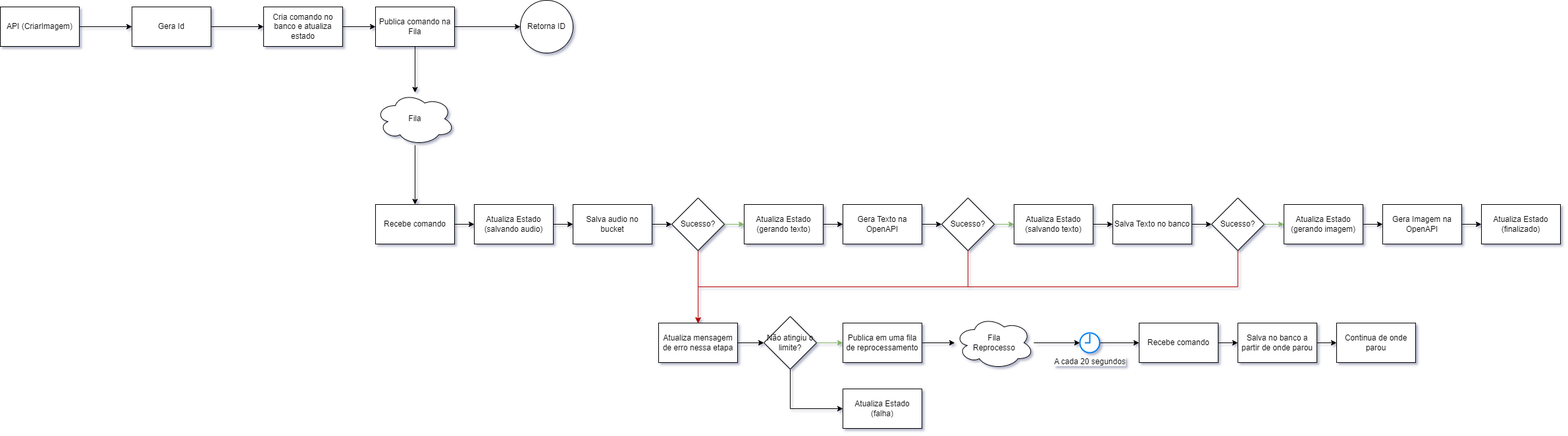
Above: Documentações/Diagramas/TC3.drawio.png in talles2512/TC3_AudioGeraImagem_FIAP (draw.io), before the change. Source tidied: cells renumbered, new cells last; positions are measured from the earlier drawing's top-left corner, leaving out a move shared by most shapes. Source of this version:
```xml
<mxGraphModel>
  <root>
    <mxCell id="0" />
    <mxCell id="1" parent="0" />
    <mxCell id="2" style="edgeStyle=orthogonalEdgeStyle;rounded=0;jettySize=auto;html=1;" parent="1" edge="1" source="3" target="5">
      <mxGeometry relative="1" as="geometry" />
    </mxCell>
    <mxCell id="3" value="API (CriarImagem)" style="rounded=0;whiteSpace=wrap;html=1;" parent="1" vertex="1">
      <mxGeometry y="10" width="120" height="60" as="geometry" />
    </mxCell>
    <mxCell id="4" style="edgeStyle=orthogonalEdgeStyle;rounded=0;jettySize=auto;html=1;" parent="1" edge="1" source="5" target="19">
      <mxGeometry relative="1" as="geometry" />
    </mxCell>
    <mxCell id="5" value="Gera Id" style="whiteSpace=wrap;html=1;rounded=0;" parent="1" vertex="1">
      <mxGeometry x="200" y="10" width="120" height="60" as="geometry" />
    </mxCell>
    <mxCell id="6" style="edgeStyle=orthogonalEdgeStyle;rounded=0;jettySize=auto;html=1;" parent="1" edge="1" source="8" target="9">
      <mxGeometry relative="1" as="geometry" />
    </mxCell>
    <mxCell id="7" style="edgeStyle=orthogonalEdgeStyle;rounded=0;jettySize=auto;html=1;" parent="1" edge="1" source="8" target="11">
      <mxGeometry relative="1" as="geometry" />
    </mxCell>
    <mxCell id="8" value="Publica comando na Fila" style="whiteSpace=wrap;html=1;rounded=0;" parent="1" vertex="1">
      <mxGeometry x="570" y="10" width="120" height="60" as="geometry" />
    </mxCell>
    <mxCell id="9" value="Retorna ID" style="ellipse;whiteSpace=wrap;html=1;rounded=0;" parent="1" vertex="1">
      <mxGeometry x="790" width="80" height="80" as="geometry" />
    </mxCell>
    <mxCell id="10" style="edgeStyle=orthogonalEdgeStyle;rounded=0;jettySize=auto;html=1;" parent="1" edge="1" source="11" target="13">
      <mxGeometry relative="1" as="geometry" />
    </mxCell>
    <mxCell id="11" value="Fila" style="ellipse;shape=cloud;whiteSpace=wrap;html=1;rounded=0;" parent="1" vertex="1">
      <mxGeometry x="570" y="140" width="120" height="80" as="geometry" />
    </mxCell>
    <mxCell id="12" style="edgeStyle=orthogonalEdgeStyle;rounded=0;jettySize=auto;html=1;" parent="1" edge="1" source="13" target="15">
      <mxGeometry relative="1" as="geometry" />
    </mxCell>
    <mxCell id="13" value="Recebe comando" style="whiteSpace=wrap;html=1;rounded=0;" parent="1" vertex="1">
      <mxGeometry x="570" y="310" width="120" height="60" as="geometry" />
    </mxCell>
    <mxCell id="14" style="edgeStyle=orthogonalEdgeStyle;rounded=0;jettySize=auto;html=1;" parent="1" edge="1" source="15" target="17">
      <mxGeometry relative="1" as="geometry" />
    </mxCell>
    <mxCell id="15" value="Atualiza Estado&lt;br&gt;(salvando audio)" style="whiteSpace=wrap;html=1;rounded=0;" parent="1" vertex="1">
      <mxGeometry x="720" y="310" width="120" height="60" as="geometry" />
    </mxCell>
    <mxCell id="16" style="edgeStyle=orthogonalEdgeStyle;rounded=0;jettySize=auto;html=1;" parent="1" edge="1" source="17" target="26">
      <mxGeometry relative="1" as="geometry" />
    </mxCell>
    <mxCell id="17" value="Salva audio no bucket" style="whiteSpace=wrap;html=1;rounded=0;" parent="1" vertex="1">
      <mxGeometry x="870" y="310" width="120" height="60" as="geometry" />
    </mxCell>
    <mxCell id="18" style="edgeStyle=orthogonalEdgeStyle;rounded=0;jettySize=auto;html=1;exitX=1;exitY=0.5;exitDx=0;exitDy=0;entryX=0;entryY=0.5;entryDx=0;entryDy=0;" parent="1" edge="1" source="19" target="8">
      <mxGeometry relative="1" as="geometry" />
    </mxCell>
    <mxCell id="19" value="Cria comando no banco e atualiza estado" style="whiteSpace=wrap;html=1;rounded=0;" parent="1" vertex="1">
      <mxGeometry x="400" y="10" width="120" height="60" as="geometry" />
    </mxCell>
    <mxCell id="20" style="edgeStyle=orthogonalEdgeStyle;rounded=0;jettySize=auto;html=1;" parent="1" edge="1" source="21" target="23">
      <mxGeometry relative="1" as="geometry" />
    </mxCell>
    <mxCell id="21" value="Atualiza Estado&lt;br&gt;(gerando texto)" style="whiteSpace=wrap;html=1;rounded=0;" parent="1" vertex="1">
      <mxGeometry x="1130" y="310" width="120" height="60" as="geometry" />
    </mxCell>
    <mxCell id="22" style="edgeStyle=orthogonalEdgeStyle;rounded=0;jettySize=auto;html=1;" parent="1" edge="1" source="23" target="31">
      <mxGeometry relative="1" as="geometry" />
    </mxCell>
    <mxCell id="23" value="Gera Texto na OpenAPI" style="whiteSpace=wrap;html=1;rounded=0;" parent="1" vertex="1">
      <mxGeometry x="1280" y="310" width="120" height="60" as="geometry" />
    </mxCell>
    <mxCell id="24" style="edgeStyle=orthogonalEdgeStyle;rounded=0;jettySize=auto;html=1;exitX=1;exitY=0.5;exitDx=0;exitDy=0;entryX=0;entryY=0.5;entryDx=0;entryDy=0;fillColor=#d5e8d4;strokeColor=#82b366;" parent="1" edge="1" source="26" target="21">
      <mxGeometry relative="1" as="geometry" />
    </mxCell>
    <mxCell id="25" style="edgeStyle=orthogonalEdgeStyle;rounded=0;jettySize=auto;html=1;exitX=0.5;exitY=1;exitDx=0;exitDy=0;fillColor=#e51400;strokeColor=#B20000;" parent="1" edge="1" source="26" target="28">
      <mxGeometry relative="1" as="geometry" />
    </mxCell>
    <mxCell id="26" value="Sucesso?" style="rhombus;whiteSpace=wrap;html=1;rounded=0;" parent="1" vertex="1">
      <mxGeometry x="1020" y="300" width="80" height="80" as="geometry" />
    </mxCell>
    <mxCell id="27" style="edgeStyle=orthogonalEdgeStyle;rounded=0;jettySize=auto;html=1;" parent="1" edge="1" source="28" target="57">
      <mxGeometry relative="1" as="geometry" />
    </mxCell>
    <mxCell id="28" value="Atualiza mensagem de erro nessa etapa" style="whiteSpace=wrap;html=1;rounded=0;" parent="1" vertex="1">
      <mxGeometry x="1000" y="490" width="120" height="60" as="geometry" />
    </mxCell>
    <mxCell id="29" style="edgeStyle=orthogonalEdgeStyle;rounded=0;jettySize=auto;html=1;fillColor=#d5e8d4;strokeColor=#82b366;" parent="1" edge="1" source="31" target="33">
      <mxGeometry relative="1" as="geometry" />
    </mxCell>
    <mxCell id="30" style="edgeStyle=orthogonalEdgeStyle;rounded=0;jettySize=auto;html=1;exitX=0.5;exitY=1;exitDx=0;exitDy=0;entryX=0.5;entryY=0;entryDx=0;entryDy=0;fillColor=#e51400;strokeColor=#B20000;" parent="1" edge="1" source="31" target="28">
      <mxGeometry relative="1" as="geometry" />
    </mxCell>
    <mxCell id="31" value="Sucesso?" style="rhombus;whiteSpace=wrap;html=1;rounded=0;" parent="1" vertex="1">
      <mxGeometry x="1430" y="300" width="80" height="80" as="geometry" />
    </mxCell>
    <mxCell id="32" style="edgeStyle=orthogonalEdgeStyle;rounded=0;jettySize=auto;html=1;" parent="1" edge="1" source="33" target="35">
      <mxGeometry relative="1" as="geometry" />
    </mxCell>
    <mxCell id="33" value="Atualiza Estado&lt;br&gt;(salvando texto)" style="whiteSpace=wrap;html=1;rounded=0;" parent="1" vertex="1">
      <mxGeometry x="1540" y="310" width="120" height="60" as="geometry" />
    </mxCell>
    <mxCell id="34" style="edgeStyle=orthogonalEdgeStyle;rounded=0;jettySize=auto;html=1;" parent="1" edge="1" source="35" target="38">
      <mxGeometry relative="1" as="geometry" />
    </mxCell>
    <mxCell id="35" value="Salva Texto no banco" style="whiteSpace=wrap;html=1;rounded=0;" parent="1" vertex="1">
      <mxGeometry x="1690" y="310" width="120" height="60" as="geometry" />
    </mxCell>
    <mxCell id="36" style="edgeStyle=orthogonalEdgeStyle;rounded=0;jettySize=auto;html=1;fillColor=#d5e8d4;strokeColor=#82b366;" parent="1" edge="1" source="38" target="40">
      <mxGeometry relative="1" as="geometry" />
    </mxCell>
    <mxCell id="37" style="edgeStyle=orthogonalEdgeStyle;rounded=0;jettySize=auto;html=1;exitX=0.5;exitY=1;exitDx=0;exitDy=0;entryX=0.5;entryY=0;entryDx=0;entryDy=0;fillColor=#e51400;strokeColor=#B20000;" parent="1" edge="1" source="38" target="28">
      <mxGeometry relative="1" as="geometry" />
    </mxCell>
    <mxCell id="38" value="Sucesso?" style="rhombus;whiteSpace=wrap;html=1;rounded=0;" parent="1" vertex="1">
      <mxGeometry x="1840" y="300" width="80" height="80" as="geometry" />
    </mxCell>
    <mxCell id="39" style="edgeStyle=orthogonalEdgeStyle;rounded=0;jettySize=auto;html=1;" parent="1" edge="1" source="40" target="42">
      <mxGeometry relative="1" as="geometry" />
    </mxCell>
    <mxCell id="40" value="Atualiza Estado&lt;br&gt;(gerando imagem)" style="whiteSpace=wrap;html=1;rounded=0;" parent="1" vertex="1">
      <mxGeometry x="1950" y="310" width="120" height="60" as="geometry" />
    </mxCell>
    <mxCell id="41" style="edgeStyle=orthogonalEdgeStyle;rounded=0;jettySize=auto;html=1;" parent="1" edge="1" source="42" target="43">
      <mxGeometry relative="1" as="geometry" />
    </mxCell>
    <mxCell id="42" value="Gera Imagem na OpenAPI" style="whiteSpace=wrap;html=1;rounded=0;" parent="1" vertex="1">
      <mxGeometry x="2100" y="310" width="120" height="60" as="geometry" />
    </mxCell>
    <mxCell id="43" value="Atualiza Estado&lt;br&gt;(finalizado)" style="whiteSpace=wrap;html=1;rounded=0;" parent="1" vertex="1">
      <mxGeometry x="2250" y="310" width="120" height="60" as="geometry" />
    </mxCell>
    <mxCell id="44" style="edgeStyle=orthogonalEdgeStyle;rounded=0;jettySize=auto;html=1;" parent="1" edge="1" source="54" target="49">
      <mxGeometry relative="1" as="geometry" />
    </mxCell>
    <mxCell id="45" value="Fila&lt;br&gt;Reprocesso" style="ellipse;shape=cloud;whiteSpace=wrap;html=1;rounded=0;" parent="1" vertex="1">
      <mxGeometry x="1450" y="480" width="120" height="80" as="geometry" />
    </mxCell>
    <mxCell id="46" style="edgeStyle=orthogonalEdgeStyle;rounded=0;jettySize=auto;html=1;" parent="1" edge="1" source="47" target="45">
      <mxGeometry relative="1" as="geometry" />
    </mxCell>
    <mxCell id="47" value="Publica em uma fila de reprocessamento" style="whiteSpace=wrap;html=1;rounded=0;" parent="1" vertex="1">
      <mxGeometry x="1280" y="490" width="120" height="60" as="geometry" />
    </mxCell>
    <mxCell id="48" style="edgeStyle=orthogonalEdgeStyle;rounded=0;jettySize=auto;html=1;" parent="1" edge="1" source="49" target="51">
      <mxGeometry relative="1" as="geometry" />
    </mxCell>
    <mxCell id="49" value="Recebe comando" style="whiteSpace=wrap;html=1;rounded=0;" parent="1" vertex="1">
      <mxGeometry x="1730" y="490" width="120" height="60" as="geometry" />
    </mxCell>
    <mxCell id="50" style="edgeStyle=orthogonalEdgeStyle;rounded=0;jettySize=auto;html=1;" parent="1" edge="1" source="51" target="52">
      <mxGeometry relative="1" as="geometry" />
    </mxCell>
    <mxCell id="51" value="Salva no banco a partir de onde parou" style="whiteSpace=wrap;html=1;rounded=0;" parent="1" vertex="1">
      <mxGeometry x="1880" y="490" width="120" height="60" as="geometry" />
    </mxCell>
    <mxCell id="52" value="Continua de onde parou" style="whiteSpace=wrap;html=1;rounded=0;" parent="1" vertex="1">
      <mxGeometry x="2030" y="490" width="120" height="60" as="geometry" />
    </mxCell>
    <mxCell id="53" style="edgeStyle=orthogonalEdgeStyle;rounded=0;jettySize=auto;html=1;" parent="1" edge="1" source="45" target="54">
      <mxGeometry relative="1" as="geometry" />
    </mxCell>
    <mxCell id="54" value="A cada 20 segundos" style="html=1;verticalLabelPosition=bottom;align=center;labelBackgroundColor=#ffffff;verticalAlign=top;strokeWidth=2;strokeColor=#0080F0;shadow=0;dashed=0;shape=mxgraph.ios7.icons.clock;" parent="1" vertex="1">
      <mxGeometry x="1640" y="505" width="30" height="30" as="geometry" />
    </mxCell>
    <mxCell id="55" style="edgeStyle=orthogonalEdgeStyle;rounded=0;jettySize=auto;html=1;exitX=1;exitY=0.5;exitDx=0;exitDy=0;entryX=0;entryY=0.5;entryDx=0;entryDy=0;fillColor=#d5e8d4;strokeColor=#82b366;" parent="1" edge="1" source="57" target="47">
      <mxGeometry relative="1" as="geometry" />
    </mxCell>
    <mxCell id="56" style="edgeStyle=orthogonalEdgeStyle;rounded=0;jettySize=auto;html=1;exitX=0.5;exitY=1;exitDx=0;exitDy=0;entryX=0;entryY=0.5;entryDx=0;entryDy=0;" parent="1" edge="1" source="57" target="58">
      <mxGeometry relative="1" as="geometry" />
    </mxCell>
    <mxCell id="57" value="Não atingiu o limite?" style="rhombus;whiteSpace=wrap;html=1;rounded=0;" parent="1" vertex="1">
      <mxGeometry x="1160" y="480" width="80" height="80" as="geometry" />
    </mxCell>
    <mxCell id="58" value="Atualiza Estado&lt;br&gt;(falha)" style="whiteSpace=wrap;html=1;rounded=0;" parent="1" vertex="1">
      <mxGeometry x="1280" y="590" width="120" height="60" as="geometry" />
    </mxCell>
  </root>
</mxGraphModel>
```
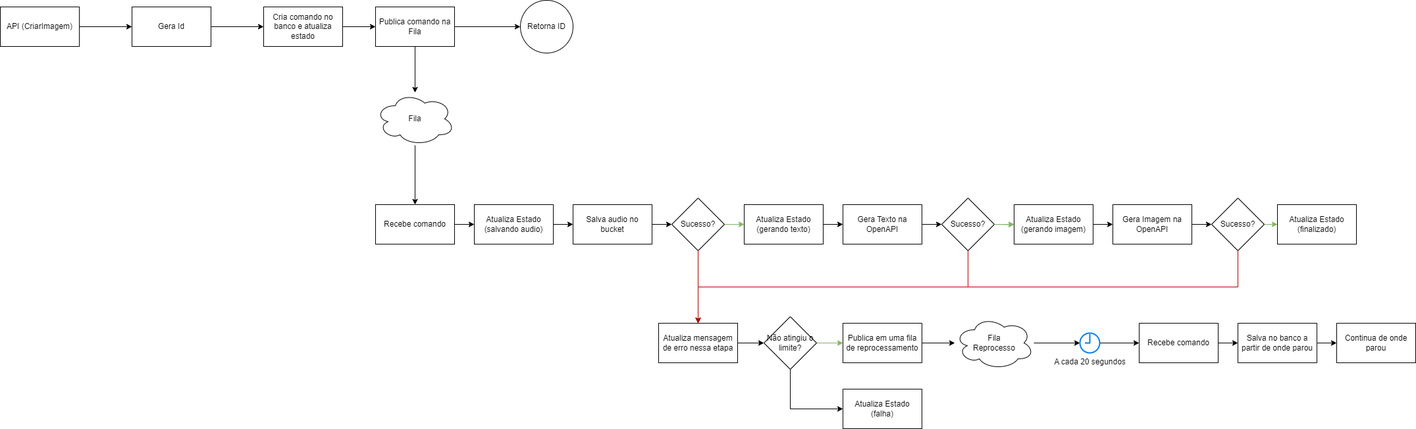
The same file after the commit.

Commit message:
Adiciona script das tabelas do banco de dados

Change to the diagram source:
```diff
@@ -83,8 +83,10 @@
     <mxCell id="28" value="Atualiza mensagem de erro nessa etapa" style="whiteSpace=wrap;html=1;rounded=0;" parent="1" vertex="1">
       <mxGeometry x="1000" y="490" width="120" height="60" as="geometry" />
     </mxCell>
-    <mxCell id="29" style="edgeStyle=orthogonalEdgeStyle;rounded=0;jettySize=auto;html=1;fillColor=#d5e8d4;strokeColor=#82b366;" parent="1" edge="1" source="31" target="33">
-      <mxGeometry relative="1" as="geometry" />
+    <mxCell id="29" style="edgeStyle=orthogonalEdgeStyle;rounded=0;jettySize=auto;html=1;fillColor=#d5e8d4;strokeColor=#82b366;" parent="1" edge="1" source="31">
+      <mxGeometry relative="1" as="geometry">
+        <mxPoint x="1540" y="340" as="targetPoint" />
+      </mxGeometry>
     </mxCell>
     <mxCell id="30" style="edgeStyle=orthogonalEdgeStyle;rounded=0;jettySize=auto;html=1;exitX=0.5;exitY=1;exitDx=0;exitDy=0;entryX=0.5;entryY=0;entryDx=0;entryDy=0;fillColor=#e51400;strokeColor=#B20000;" parent="1" edge="1" source="31" target="28">
       <mxGeometry relative="1" as="geometry" />
@@ -92,41 +94,25 @@
     <mxCell id="31" value="Sucesso?" style="rhombus;whiteSpace=wrap;html=1;rounded=0;" parent="1" vertex="1">
       <mxGeometry x="1430" y="300" width="80" height="80" as="geometry" />
     </mxCell>
-    <mxCell id="32" style="edgeStyle=orthogonalEdgeStyle;rounded=0;jettySize=auto;html=1;" parent="1" edge="1" source="33" target="35">
-      <mxGeometry relative="1" as="geometry" />
-    </mxCell>
-    <mxCell id="33" value="Atualiza Estado&lt;br&gt;(salvando texto)" style="whiteSpace=wrap;html=1;rounded=0;" parent="1" vertex="1">
-      <mxGeometry x="1540" y="310" width="120" height="60" as="geometry" />
-    </mxCell>
-    <mxCell id="34" style="edgeStyle=orthogonalEdgeStyle;rounded=0;jettySize=auto;html=1;" parent="1" edge="1" source="35" target="38">
-      <mxGeometry relative="1" as="geometry" />
-    </mxCell>
-    <mxCell id="35" value="Salva Texto no banco" style="whiteSpace=wrap;html=1;rounded=0;" parent="1" vertex="1">
-      <mxGeometry x="1690" y="310" width="120" height="60" as="geometry" />
-    </mxCell>
-    <mxCell id="36" style="edgeStyle=orthogonalEdgeStyle;rounded=0;jettySize=auto;html=1;fillColor=#d5e8d4;strokeColor=#82b366;" parent="1" edge="1" source="38" target="40">
-      <mxGeometry relative="1" as="geometry" />
+    <mxCell id="36" style="edgeStyle=orthogonalEdgeStyle;rounded=0;jettySize=auto;html=1;fillColor=#d5e8d4;strokeColor=#82b366;" parent="1" edge="1" target="40">
+      <mxGeometry relative="1" as="geometry">
+        <mxPoint x="1510" y="340" as="sourcePoint" />
+      </mxGeometry>
     </mxCell>
-    <mxCell id="37" style="edgeStyle=orthogonalEdgeStyle;rounded=0;jettySize=auto;html=1;exitX=0.5;exitY=1;exitDx=0;exitDy=0;entryX=0.5;entryY=0;entryDx=0;entryDy=0;fillColor=#e51400;strokeColor=#B20000;" parent="1" edge="1" source="38" target="28">
-      <mxGeometry relative="1" as="geometry" />
-    </mxCell>
-    <mxCell id="38" value="Sucesso?" style="rhombus;whiteSpace=wrap;html=1;rounded=0;" parent="1" vertex="1">
-      <mxGeometry x="1840" y="300" width="80" height="80" as="geometry" />
-    </mxCell>
     <mxCell id="39" style="edgeStyle=orthogonalEdgeStyle;rounded=0;jettySize=auto;html=1;" parent="1" edge="1" source="40" target="42">
       <mxGeometry relative="1" as="geometry" />
     </mxCell>
     <mxCell id="40" value="Atualiza Estado&lt;br&gt;(gerando imagem)" style="whiteSpace=wrap;html=1;rounded=0;" parent="1" vertex="1">
-      <mxGeometry x="1950" y="310" width="120" height="60" as="geometry" />
+      <mxGeometry x="1540" y="310" width="120" height="60" as="geometry" />
     </mxCell>
-    <mxCell id="41" style="edgeStyle=orthogonalEdgeStyle;rounded=0;jettySize=auto;html=1;" parent="1" edge="1" source="42" target="43">
-      <mxGeometry relative="1" as="geometry" />
-    </mxCell>
+    <mxCell id="59" style="edgeStyle=orthogonalEdgeStyle;rounded=0;jettySize=auto;html=1;" parent="1" edge="1" source="42" target="38">
+      <mxGeometry relative="1" as="geometry" />
+    </mxCell>
     <mxCell id="42" value="Gera Imagem na OpenAPI" style="whiteSpace=wrap;html=1;rounded=0;" parent="1" vertex="1">
-      <mxGeometry x="2100" y="310" width="120" height="60" as="geometry" />
+      <mxGeometry x="1690" y="310" width="120" height="60" as="geometry" />
     </mxCell>
     <mxCell id="43" value="Atualiza Estado&lt;br&gt;(finalizado)" style="whiteSpace=wrap;html=1;rounded=0;" parent="1" vertex="1">
-      <mxGeometry x="2250" y="310" width="120" height="60" as="geometry" />
+      <mxGeometry x="1940" y="310" width="120" height="60" as="geometry" />
     </mxCell>
     <mxCell id="44" style="edgeStyle=orthogonalEdgeStyle;rounded=0;jettySize=auto;html=1;" parent="1" edge="1" source="54" target="49">
       <mxGeometry relative="1" as="geometry" />
@@ -173,5 +159,14 @@
     <mxCell id="58" value="Atualiza Estado&lt;br&gt;(falha)" style="whiteSpace=wrap;html=1;rounded=0;" parent="1" vertex="1">
       <mxGeometry x="1280" y="590" width="120" height="60" as="geometry" />
     </mxCell>
+    <mxCell id="60" style="edgeStyle=orthogonalEdgeStyle;rounded=0;jettySize=auto;html=1;exitX=1;exitY=0.5;exitDx=0;exitDy=0;entryX=0;entryY=0.5;entryDx=0;entryDy=0;fillColor=#d5e8d4;strokeColor=#82b366;" parent="1" edge="1" source="38" target="43">
+      <mxGeometry relative="1" as="geometry" />
+    </mxCell>
+    <mxCell id="37" style="edgeStyle=orthogonalEdgeStyle;rounded=0;jettySize=auto;html=1;exitX=0.5;exitY=1;exitDx=0;exitDy=0;entryX=0.5;entryY=0;entryDx=0;entryDy=0;fillColor=#e51400;strokeColor=#B20000;" parent="1" edge="1" source="38" target="28">
+      <mxGeometry relative="1" as="geometry" />
+    </mxCell>
+    <mxCell id="38" value="Sucesso?" style="rhombus;whiteSpace=wrap;html=1;rounded=0;" parent="1" vertex="1">
+      <mxGeometry x="1840" y="300" width="80" height="80" as="geometry" />
+    </mxCell>
   </root>
 </mxGraphModel>
```
